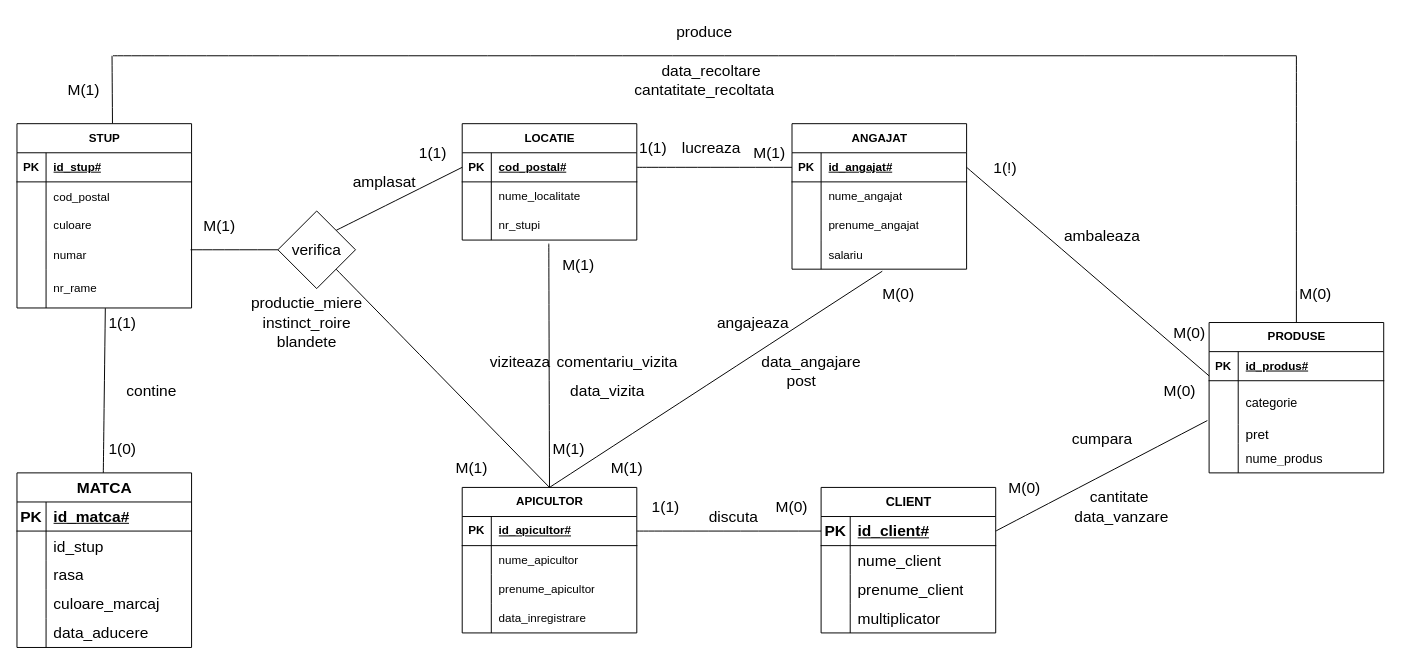
Before: page "Page-1" (1 of 2) of Diagramă fără titlu.drawio in Matoka26/DataBase-Stupina, a draw.io diagram. Source tidied: cells renumbered, new cells numbered last; positions are measured from the earlier drawing's top-left corner, leaving out a move shared by most shapes. Both pictures are drawn from the tidied source at 97%, with x=0, y=0 at pixel (16, 16).
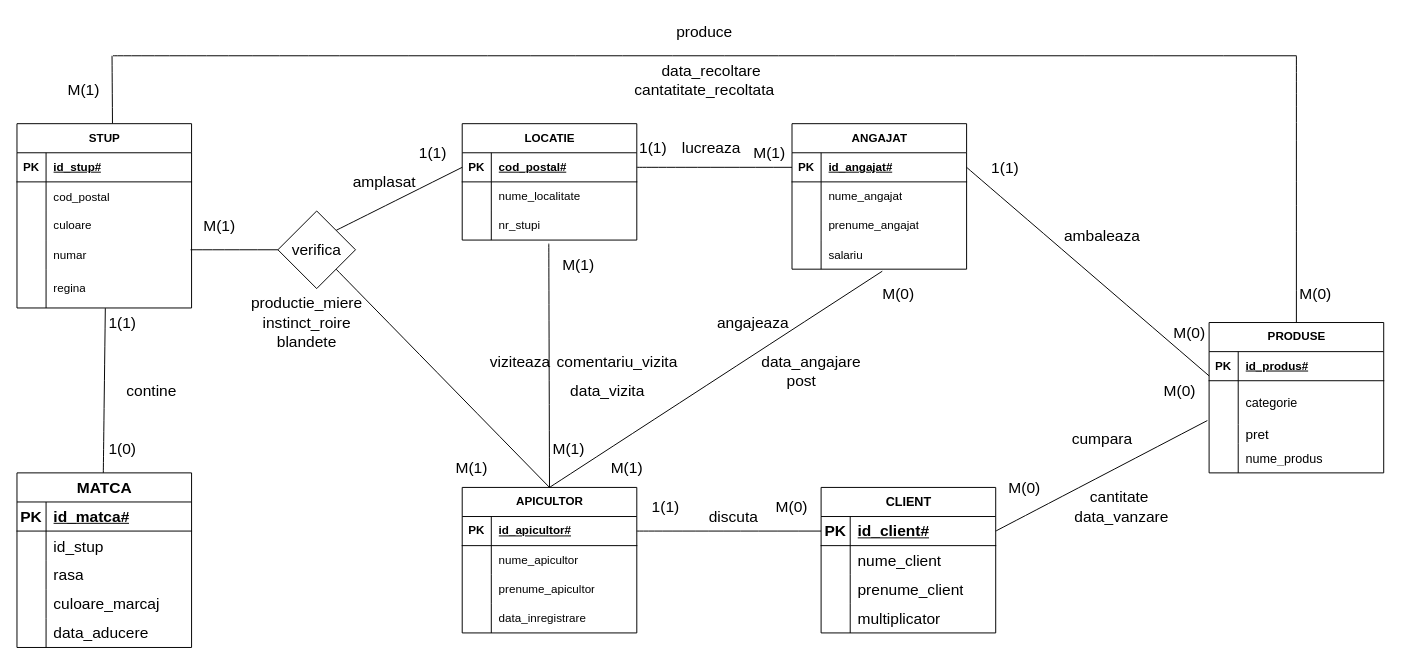
The same diagram, later.

The change refers to these unchanged cells:
```xml
<mxCell id="51" style="shape=tableRow;horizontal=0;startSize=0;swimlaneHead=0;swimlaneBody=0;fillColor=none;points=[[0,0.5],[1,0.5]];portConstraint=eastwest;top=0;left=0;right=0;bottom=0;" parent="38" vertex="1">
  <mxGeometry y="150" width="180" height="40" as="geometry" />
</mxCell>
```

Change to the diagram source:
```diff
@@
-    <mxCell id="53" value="nr_rame" style="shape=partialRectangle;fillColor=none;top=0;left=0;bottom=0;right=0;align=left;spacingLeft=6;overflow=hidden;whiteSpace=wrap;html=1;" parent="51" vertex="1">
+    <mxCell id="53" value="regina" style="shape=partialRectangle;fillColor=none;top=0;left=0;bottom=0;right=0;align=left;spacingLeft=6;overflow=hidden;whiteSpace=wrap;html=1;" parent="51" vertex="1">
       <mxGeometry x="30" width="150" height="40" as="geometry" />
     </mxCell>
@@
-    <mxCell id="138" value="1(!)" style="text;html=1;strokeColor=none;fillColor=none;align=center;verticalAlign=middle;whiteSpace=wrap;rounded=0;fontSize=16;" parent="1" vertex="1">
+    <mxCell id="138" value="1(1)" style="text;html=1;strokeColor=none;fillColor=none;align=center;verticalAlign=middle;whiteSpace=wrap;rounded=0;fontSize=16;" parent="1" vertex="1">
       <mxGeometry x="989" y="140" width="60" height="30" as="geometry" />
     </mxCell>
```
